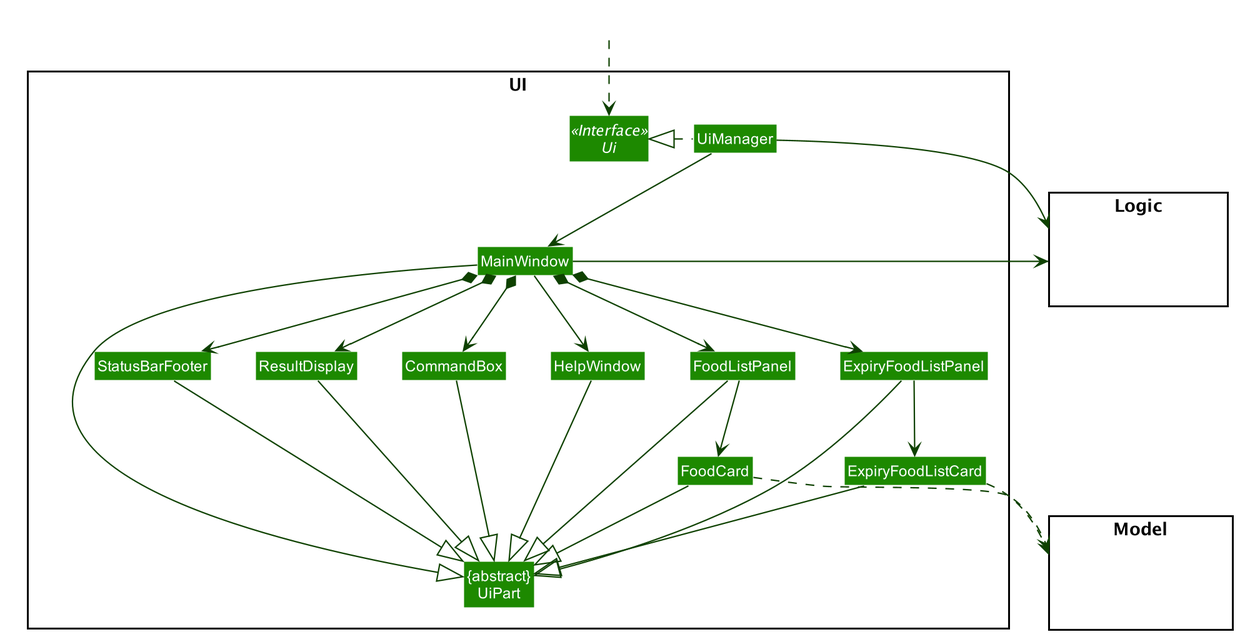
rolandyuwy/tp keeps this PlantUML diagram as docs/images/UiClassDiagram.png. Above is the earlier version.
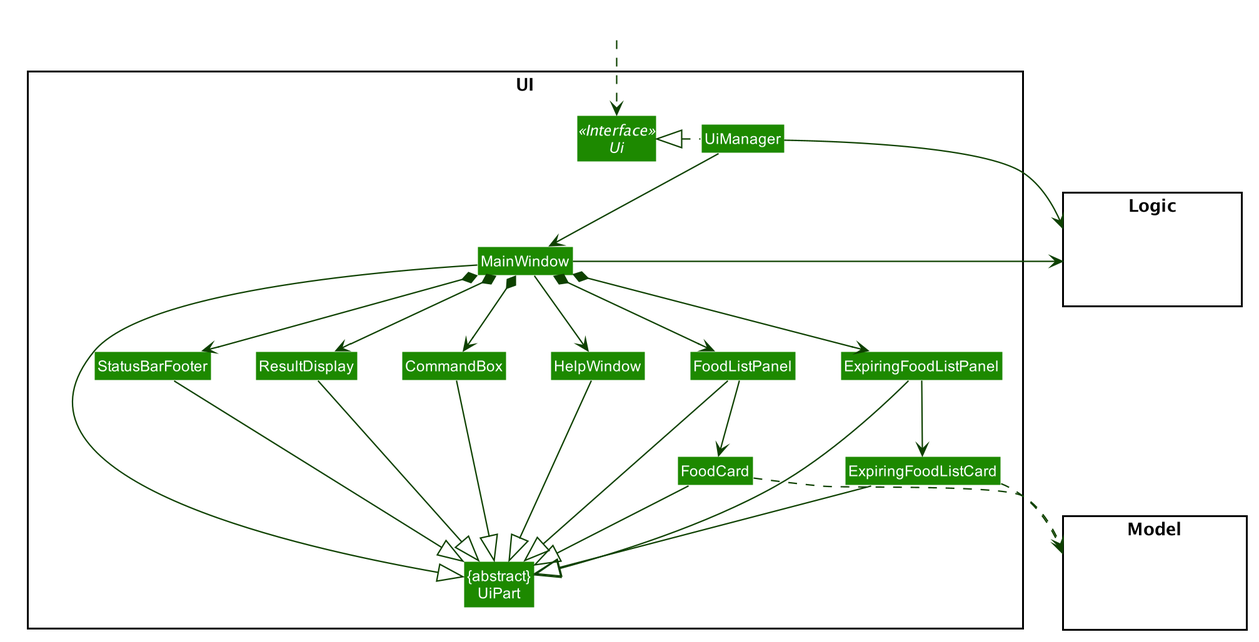
Above is the later version.

What changed in the source:
```diff
@@ -58,8 +58,8 @@
 Class MainWindow
 Class HelpWindow
 Class ResultDisplay
-Class ExpiryFoodListPanel
-Class ExpiryFoodListCard
+Class ExpiringFoodListPanel
+Class ExpiringFoodListCard
 Class FoodListPanel
 Class FoodCard
 Class StatusBarFooter
@@ -82,26 +82,26 @@
 MainWindow --> HelpWindow
 MainWindow *-down-> CommandBox
 MainWindow *-down-> ResultDisplay
-MainWindow *-down-> ExpiryFoodListPanel
+MainWindow *-down-> ExpiringFoodListPanel
 MainWindow *-down-> FoodListPanel
 MainWindow *-down-> StatusBarFooter
 
 FoodListPanel -down-> FoodCard
-ExpiryFoodListPanel -down-> ExpiryFoodListCard
+ExpiringFoodListPanel -down-> ExpiringFoodListCard
 
 MainWindow -left-|> UiPart
 
 ResultDisplay --|> UiPart
 CommandBox --|> UiPart
-ExpiryFoodListPanel --|> UiPart
-ExpiryFoodListCard --|> UiPart
+ExpiringFoodListPanel --|> UiPart
+ExpiringFoodListCard --|> UiPart
 FoodListPanel --|> UiPart
 FoodCard --|> UiPart
 StatusBarFooter --|> UiPart
 HelpWindow -down-|> UiPart
 
 FoodCard ..> Model
-ExpiryFoodListCard ..> Model
+ExpiringFoodListCard ..> Model
 UiManager -right-> Logic
 MainWindow -left-> Logic
 
```
